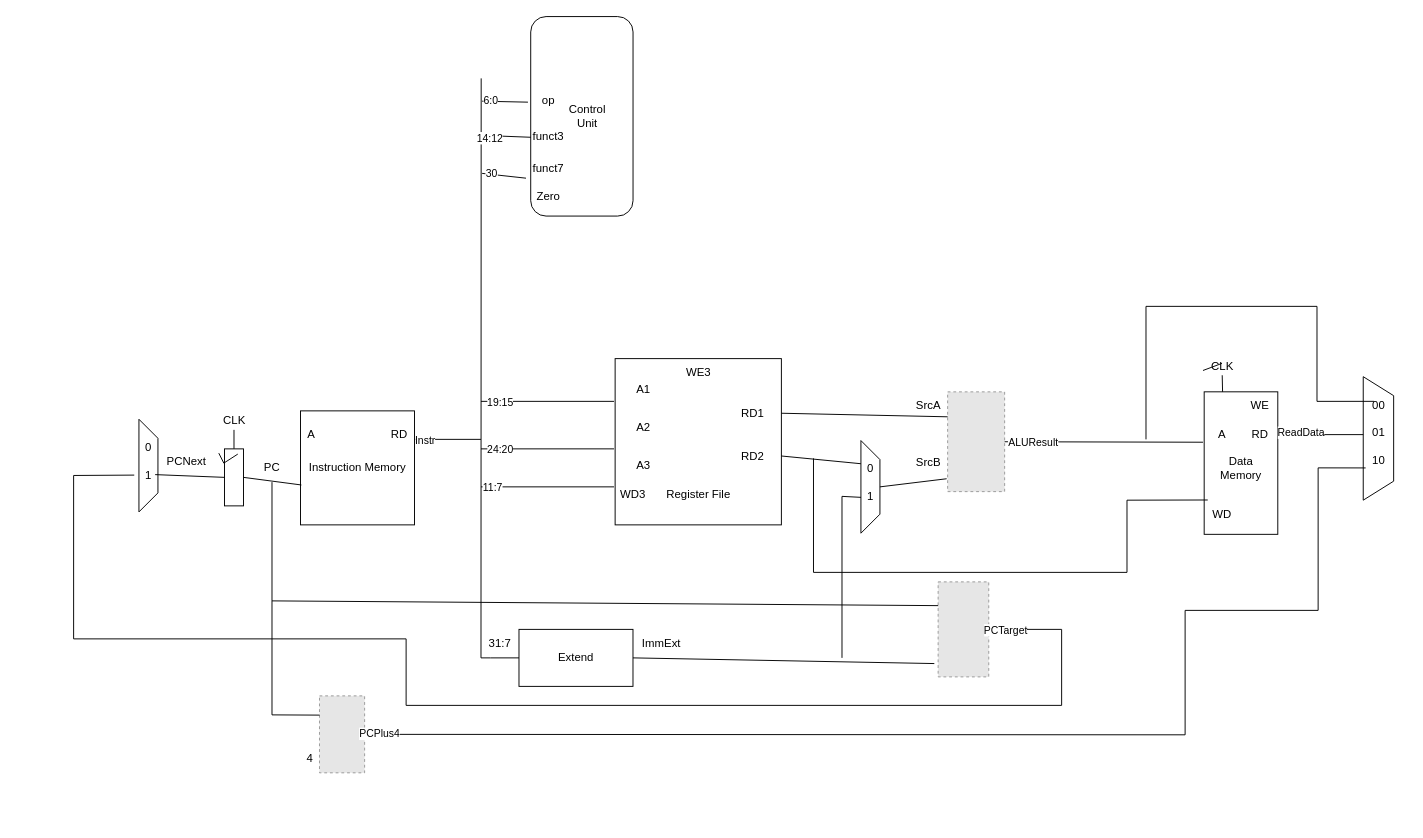
Before: Basis.drawio in aschi2403/RA-Projekt, a draw.io diagram. Source tidied: cells renumbered, new cells numbered last; positions are measured from the earlier drawing's top-left corner, leaving out a move shared by most shapes. Both pictures are drawn from the tidied source at 95%, with x=0, y=0 at pixel (73, 21). Pictures stored in the file or linked from it are replaced by grey dashed boxes.
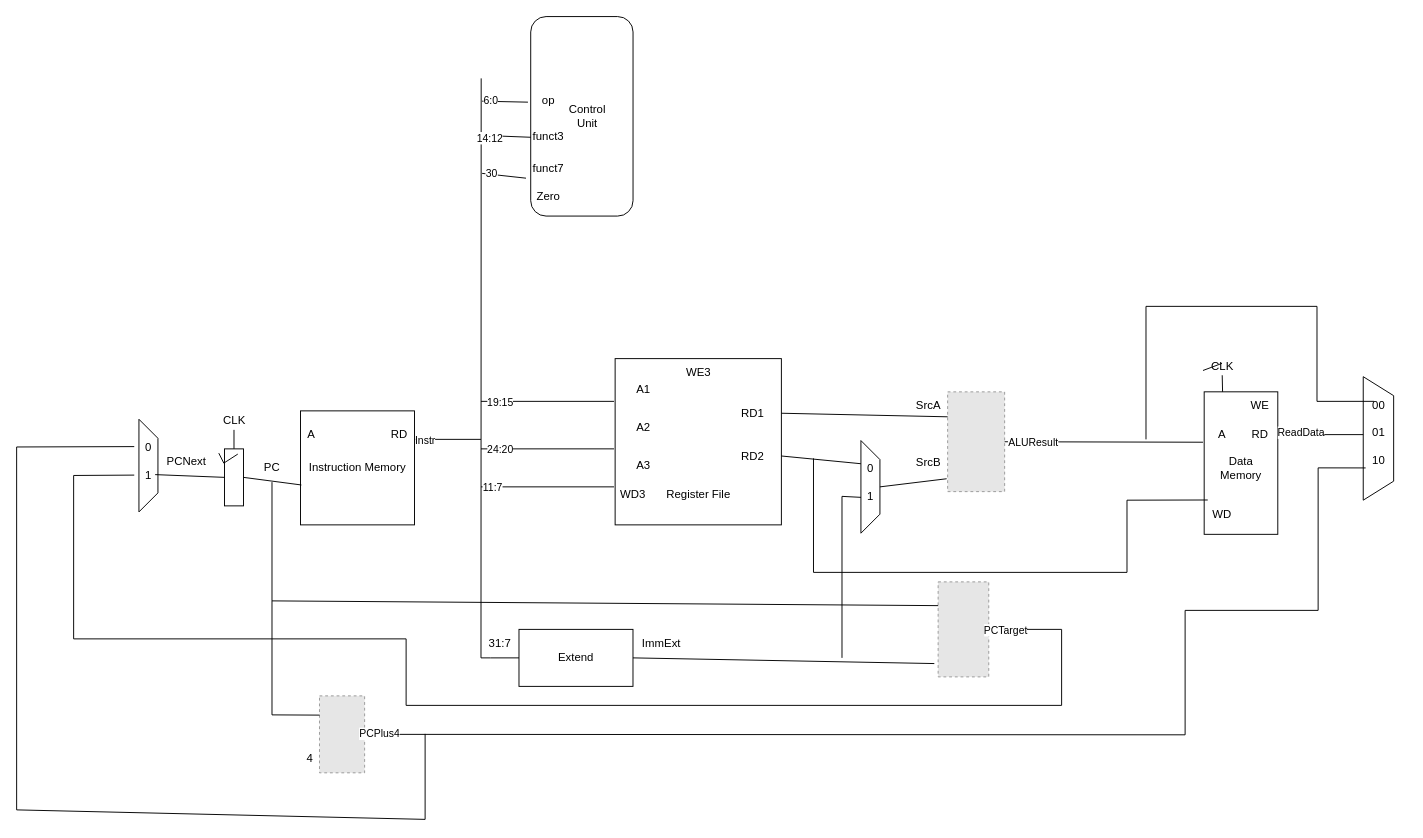
After the change.

The change refers to these unchanged cells:
```xml
<mxCell id="14" value="&lt;div&gt;0&lt;/div&gt;&lt;div&gt;&lt;br&gt;&lt;/div&gt;&lt;div&gt;1&lt;br&gt;&lt;/div&gt;" style="text;html=1;strokeColor=none;fillColor=none;align=center;verticalAlign=middle;whiteSpace=wrap;rounded=0;" parent="12" vertex="1">
  <mxGeometry y="28.8" width="60" height="30" as="geometry" />
</mxCell>
```

The edit, as a diff of the source:
```diff
@@
+    <mxCell id="95" style="endArrow=none;html=1;rounded=0;exitX=0.25;exitY=0;exitDx=0;exitDy=0;" parent="1" edge="1" source="14">
+      <mxGeometry relative="1" as="geometry">
+        <mxPoint x="370" y="750" as="targetPoint" />
+        <Array as="points">
+          <mxPoint x="-60" y="448" />
+          <mxPoint x="-60" y="830" />
+          <mxPoint x="370" y="840" />
+        </Array>
+      </mxGeometry>
+    </mxCell>
```
